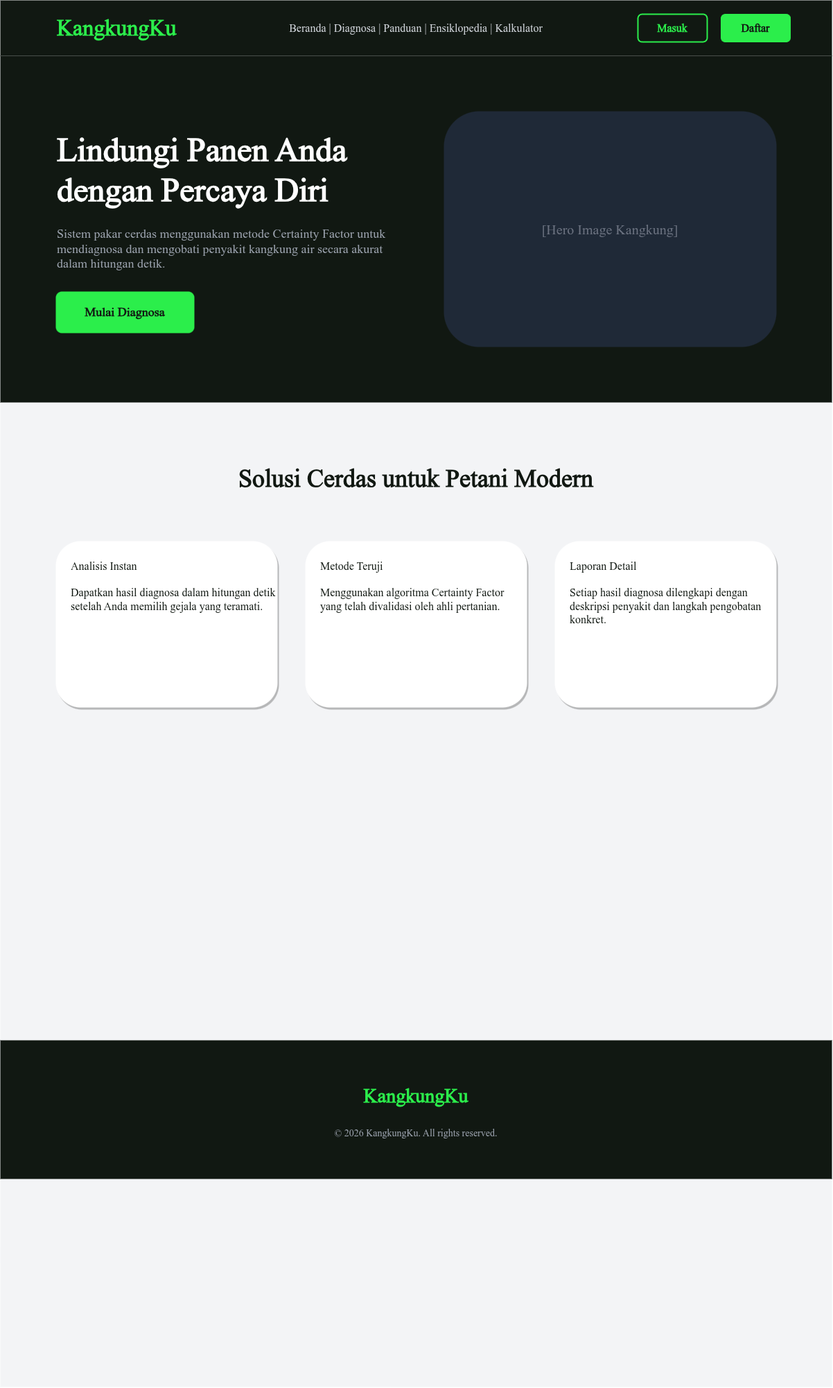
Earlier version of the draw.io export diagram/desain/home.png (RajaSunrise/kangkungku). Source tidied: cells renumbered, new cells last; positions are measured from the earlier drawing's top-left corner, leaving out a move shared by most shapes.
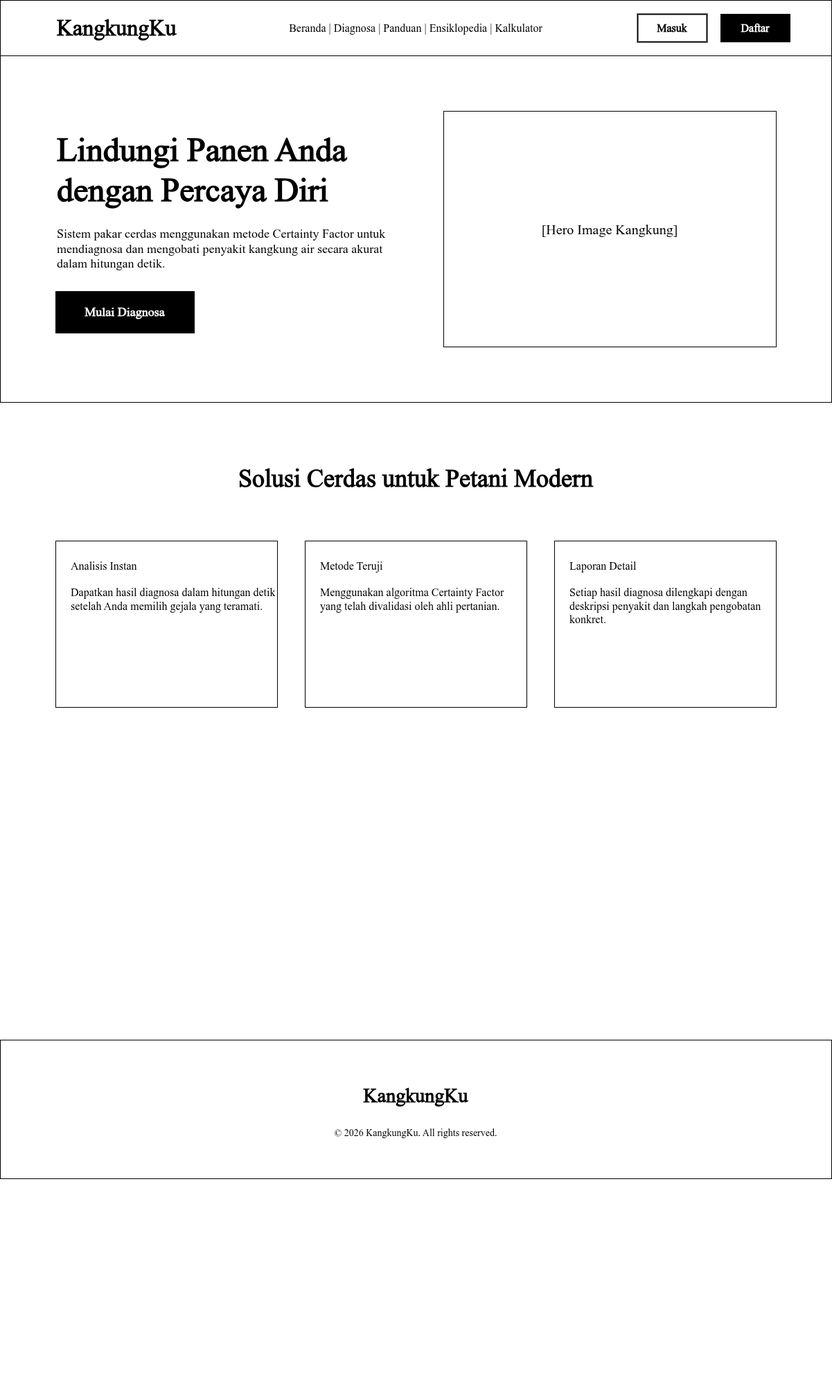
Later version of the same file.

Diff of the diagram source:
```diff
@@ -2,58 +2,58 @@
   <root>
     <mxCell id="0" />
     <mxCell id="1" parent="0" />
-    <mxCell id="2" style="rounded=0;whiteSpace=wrap;html=1;fillColor=#F3F4F6;strokeColor=none;" parent="1" vertex="1">
+    <mxCell id="2" style="rounded=0;whiteSpace=wrap;html=1;fillColor=#FFFFFF;strokeColor=none;" parent="1" vertex="1">
       <mxGeometry width="1200" height="2000" as="geometry" />
     </mxCell>
-    <mxCell id="3" style="rounded=0;whiteSpace=wrap;html=1;fillColor=#111812;strokeColor=none;" parent="1" vertex="1">
+    <mxCell id="3" style="rounded=0;whiteSpace=wrap;html=1;fillColor=#FFFFFF;strokeColor=#000000;" parent="1" vertex="1">
       <mxGeometry width="1200" height="80" as="geometry" />
     </mxCell>
-    <mxCell id="4" value="KangkungKu" style="text;html=1;strokeColor=none;fillColor=none;align=left;verticalAlign=middle;whiteSpace=wrap;rounded=0;fontColor=#2BEE4B;fontSize=32;fontStyle=1;fontFamily=Space Grotesk;" parent="1" vertex="1">
+    <mxCell id="4" value="KangkungKu" style="text;html=1;strokeColor=none;fillColor=none;align=left;verticalAlign=middle;whiteSpace=wrap;rounded=0;fontColor=#000000;fontSize=32;fontStyle=1;fontFamily=Space Grotesk;" parent="1" vertex="1">
       <mxGeometry x="80" y="20" width="200" height="40" as="geometry" />
     </mxCell>
-    <mxCell id="5" value="Beranda | Diagnosa | Panduan | Ensiklopedia | Kalkulator" style="text;html=1;strokeColor=none;fillColor=none;align=center;verticalAlign=middle;whiteSpace=wrap;rounded=0;fontColor=#D1D5DB;fontSize=16;fontFamily=Space Grotesk;" parent="1" vertex="1">
+    <mxCell id="5" value="Beranda | Diagnosa | Panduan | Ensiklopedia | Kalkulator" style="text;html=1;strokeColor=none;fillColor=none;align=center;verticalAlign=middle;whiteSpace=wrap;rounded=0;fontColor=#000000;fontSize=16;fontFamily=Space Grotesk;" parent="1" vertex="1">
       <mxGeometry x="300" y="20" width="600" height="40" as="geometry" />
     </mxCell>
-    <mxCell id="6" value="Masuk" style="rounded=1;whiteSpace=wrap;html=1;fillColor=none;strokeColor=#2BEE4B;strokeWidth=2;fontColor=#2BEE4B;fontStyle=1;fontSize=16;fontFamily=Space Grotesk;" parent="1" vertex="1">
+    <mxCell id="6" value="Masuk" style="rounded=0;whiteSpace=wrap;html=1;fillColor=none;strokeColor=#000000;strokeWidth=2;fontColor=#000000;fontStyle=1;fontSize=16;fontFamily=Space Grotesk;" parent="1" vertex="1">
       <mxGeometry x="920" y="20" width="100" height="40" as="geometry" />
     </mxCell>
-    <mxCell id="7" value="Daftar" style="rounded=1;whiteSpace=wrap;html=1;fillColor=#2BEE4B;strokeColor=#2BEE4B;fontColor=#111812;fontStyle=1;fontSize=16;fontFamily=Space Grotesk;" parent="1" vertex="1">
+    <mxCell id="7" value="Daftar" style="rounded=0;whiteSpace=wrap;html=1;fillColor=#000000;strokeColor=#000000;fontColor=#FFFFFF;fontStyle=1;fontSize=16;fontFamily=Space Grotesk;" parent="1" vertex="1">
       <mxGeometry x="1040" y="20" width="100" height="40" as="geometry" />
     </mxCell>
-    <mxCell id="8" style="rounded=0;whiteSpace=wrap;html=1;fillColor=#111812;strokeColor=none;" parent="1" vertex="1">
+    <mxCell id="8" style="rounded=0;whiteSpace=wrap;html=1;fillColor=#FFFFFF;strokeColor=#000000;" parent="1" vertex="1">
       <mxGeometry y="80" width="1200" height="500" as="geometry" />
     </mxCell>
-    <mxCell id="9" value="Lindungi Panen Anda dengan Percaya Diri" style="text;html=1;strokeColor=none;fillColor=none;align=left;verticalAlign=top;whiteSpace=wrap;rounded=0;fontColor=#FFFFFF;fontSize=48;fontStyle=1;fontFamily=Space Grotesk;" parent="1" vertex="1">
+    <mxCell id="9" value="Lindungi Panen Anda dengan Percaya Diri" style="text;html=1;strokeColor=none;fillColor=none;align=left;verticalAlign=top;whiteSpace=wrap;rounded=0;fontColor=#000000;fontSize=48;fontStyle=1;fontFamily=Space Grotesk;" parent="1" vertex="1">
       <mxGeometry x="80" y="180" width="550" height="120" as="geometry" />
     </mxCell>
-    <mxCell id="10" value="Sistem pakar cerdas menggunakan metode Certainty Factor untuk mendiagnosa dan mengobati penyakit kangkung air secara akurat dalam hitungan detik." style="text;html=1;strokeColor=none;fillColor=none;align=left;verticalAlign=top;whiteSpace=wrap;rounded=0;fontColor=#9CA3AF;fontSize=18;fontFamily=Space Grotesk;" parent="1" vertex="1">
+    <mxCell id="10" value="Sistem pakar cerdas menggunakan metode Certainty Factor untuk mendiagnosa dan mengobati penyakit kangkung air secara akurat dalam hitungan detik." style="text;html=1;strokeColor=none;fillColor=none;align=left;verticalAlign=top;whiteSpace=wrap;rounded=0;fontColor=#000000;fontSize=18;fontFamily=Space Grotesk;" parent="1" vertex="1">
       <mxGeometry x="80" y="320" width="500" height="80" as="geometry" />
     </mxCell>
-    <mxCell id="11" value="Mulai Diagnosa" style="rounded=1;whiteSpace=wrap;html=1;fillColor=#2BEE4B;strokeColor=none;fontColor=#111812;fontStyle=1;fontSize=18;fontFamily=Space Grotesk;" parent="1" vertex="1">
+    <mxCell id="11" value="Mulai Diagnosa" style="rounded=0;whiteSpace=wrap;html=1;fillColor=#000000;strokeColor=#000000;fontColor=#FFFFFF;fontStyle=1;fontSize=18;fontFamily=Space Grotesk;" parent="1" vertex="1">
       <mxGeometry x="80" y="420" width="200" height="60" as="geometry" />
     </mxCell>
-    <mxCell id="12" value="[Hero Image Kangkung]" style="rounded=1;whiteSpace=wrap;html=1;fillColor=#1F2937;strokeColor=none;fontColor=#6B7280;fontSize=20;fontFamily=Space Grotesk;" parent="1" vertex="1">
+    <mxCell id="12" value="[Hero Image Kangkung]" style="rounded=0;whiteSpace=wrap;html=1;fillColor=#FFFFFF;strokeColor=#000000;fontColor=#000000;fontSize=20;fontFamily=Space Grotesk;" parent="1" vertex="1">
       <mxGeometry x="640" y="160" width="480" height="340" as="geometry" />
     </mxCell>
-    <mxCell id="13" value="Solusi Cerdas untuk Petani Modern" style="text;html=1;strokeColor=none;fillColor=none;align=center;verticalAlign=middle;whiteSpace=wrap;rounded=0;fontColor=#111812;fontSize=36;fontStyle=1;fontFamily=Space Grotesk;" parent="1" vertex="1">
+    <mxCell id="13" value="Solusi Cerdas untuk Petani Modern" style="text;html=1;strokeColor=none;fillColor=none;align=center;verticalAlign=middle;whiteSpace=wrap;rounded=0;fontColor=#000000;fontSize=36;fontStyle=1;fontFamily=Space Grotesk;" parent="1" vertex="1">
       <mxGeometry x="300" y="660" width="600" height="60" as="geometry" />
     </mxCell>
-    <mxCell id="14" value="Analisis Instan&#10;&#10;Dapatkan hasil diagnosa dalam hitungan detik setelah Anda memilih gejala yang teramati." style="rounded=1;whiteSpace=wrap;html=1;fillColor=#FFFFFF;strokeColor=none;shadow=1;fontColor=#111812;fontSize=16;align=left;verticalAlign=top;spacingTop=20;spacingLeft=20;fontFamily=Space Grotesk;" parent="1" vertex="1">
+    <mxCell id="14" value="Analisis Instan&#10;&#10;Dapatkan hasil diagnosa dalam hitungan detik setelah Anda memilih gejala yang teramati." style="rounded=0;whiteSpace=wrap;html=1;fillColor=#FFFFFF;strokeColor=#000000;fontColor=#000000;fontSize=16;align=left;verticalAlign=top;spacingTop=20;spacingLeft=20;fontFamily=Space Grotesk;" parent="1" vertex="1">
       <mxGeometry x="80" y="780" width="320" height="240" as="geometry" />
     </mxCell>
-    <mxCell id="15" value="Metode Teruji&#10;&#10;Menggunakan algoritma Certainty Factor yang telah divalidasi oleh ahli pertanian." style="rounded=1;whiteSpace=wrap;html=1;fillColor=#FFFFFF;strokeColor=none;shadow=1;fontColor=#111812;fontSize=16;align=left;verticalAlign=top;spacingTop=20;spacingLeft=20;fontFamily=Space Grotesk;" parent="1" vertex="1">
+    <mxCell id="15" value="Metode Teruji&#10;&#10;Menggunakan algoritma Certainty Factor yang telah divalidasi oleh ahli pertanian." style="rounded=0;whiteSpace=wrap;html=1;fillColor=#FFFFFF;strokeColor=#000000;fontColor=#000000;fontSize=16;align=left;verticalAlign=top;spacingTop=20;spacingLeft=20;fontFamily=Space Grotesk;" parent="1" vertex="1">
       <mxGeometry x="440" y="780" width="320" height="240" as="geometry" />
     </mxCell>
-    <mxCell id="16" value="Laporan Detail&#10;&#10;Setiap hasil diagnosa dilengkapi dengan deskripsi penyakit dan langkah pengobatan konkret." style="rounded=1;whiteSpace=wrap;html=1;fillColor=#FFFFFF;strokeColor=none;shadow=1;fontColor=#111812;fontSize=16;align=left;verticalAlign=top;spacingTop=20;spacingLeft=20;fontFamily=Space Grotesk;" parent="1" vertex="1">
+    <mxCell id="16" value="Laporan Detail&#10;&#10;Setiap hasil diagnosa dilengkapi dengan deskripsi penyakit dan langkah pengobatan konkret." style="rounded=0;whiteSpace=wrap;html=1;fillColor=#FFFFFF;strokeColor=#000000;fontColor=#000000;fontSize=16;align=left;verticalAlign=top;spacingTop=20;spacingLeft=20;fontFamily=Space Grotesk;" parent="1" vertex="1">
       <mxGeometry x="800" y="780" width="320" height="240" as="geometry" />
     </mxCell>
-    <mxCell id="17" style="rounded=0;whiteSpace=wrap;html=1;fillColor=#111812;strokeColor=none;" parent="1" vertex="1">
+    <mxCell id="17" style="rounded=0;whiteSpace=wrap;html=1;fillColor=#FFFFFF;strokeColor=#000000;" parent="1" vertex="1">
       <mxGeometry y="1500" width="1200" height="200" as="geometry" />
     </mxCell>
-    <mxCell id="18" value="KangkungKu" style="text;html=1;strokeColor=none;fillColor=none;align=center;verticalAlign=middle;whiteSpace=wrap;rounded=0;fontColor=#2BEE4B;fontSize=28;fontStyle=1;fontFamily=Space Grotesk;" parent="1" vertex="1">
+    <mxCell id="18" value="KangkungKu" style="text;html=1;strokeColor=none;fillColor=none;align=center;verticalAlign=middle;whiteSpace=wrap;rounded=0;fontColor=#000000;fontSize=28;fontStyle=1;fontFamily=Space Grotesk;" parent="1" vertex="1">
       <mxGeometry x="500" y="1560" width="200" height="40" as="geometry" />
     </mxCell>
-    <mxCell id="19" value="© 2026 KangkungKu. All rights reserved." style="text;html=1;strokeColor=none;fillColor=none;align=center;verticalAlign=middle;whiteSpace=wrap;rounded=0;fontColor=#9CA3AF;fontSize=14;fontFamily=Space Grotesk;" parent="1" vertex="1">
+    <mxCell id="19" value="© 2026 KangkungKu. All rights reserved." style="text;html=1;strokeColor=none;fillColor=none;align=center;verticalAlign=middle;whiteSpace=wrap;rounded=0;fontColor=#000000;fontSize=14;fontFamily=Space Grotesk;" parent="1" vertex="1">
       <mxGeometry x="450" y="1620" width="300" height="30" as="geometry" />
     </mxCell>
   </root>
```
